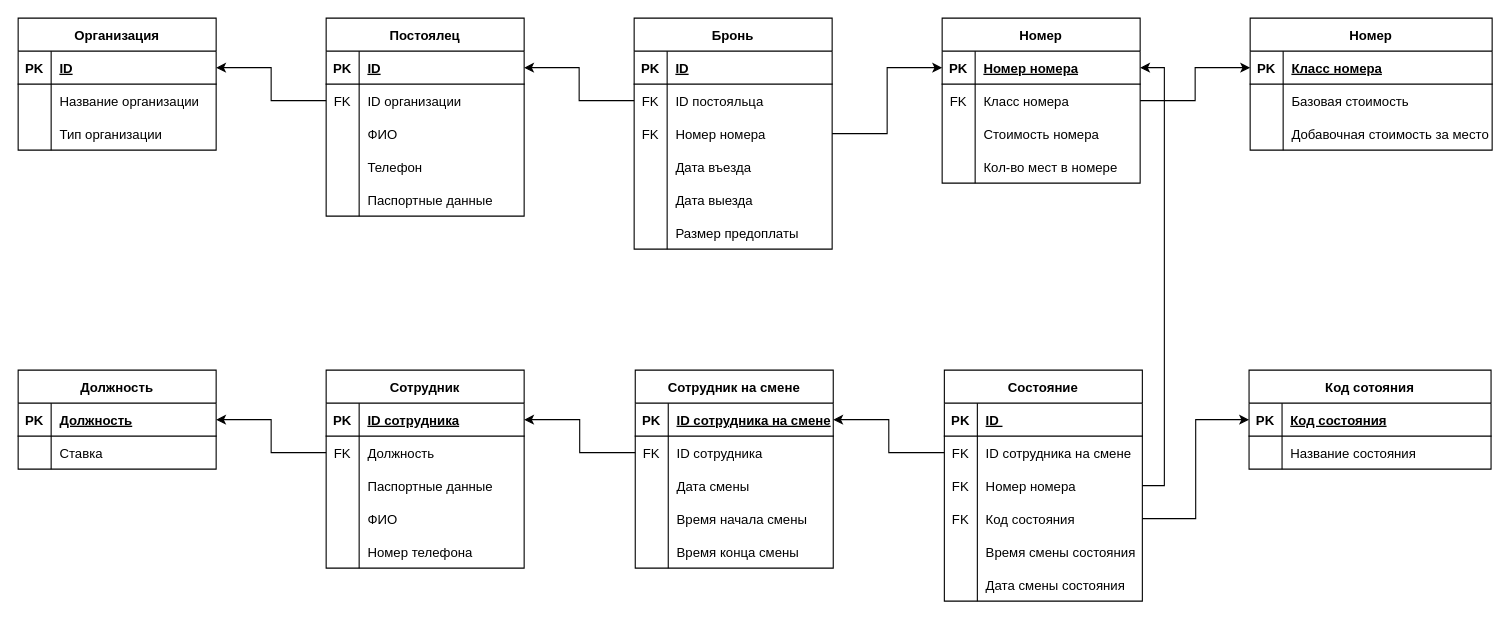
Above: page "Логическая схема бд" (1 of 2) of Kostylev_Hostel.drawio in Haxersociety/DataBase_Hostel (draw.io), before the change. Source tidied: cells renumbered, new cells numbered last; positions are measured from the earlier drawing's top-left corner, leaving out a move shared by most shapes. Both pictures are drawn from the tidied source at 110%, with x=0, y=0 at pixel (18, 18).
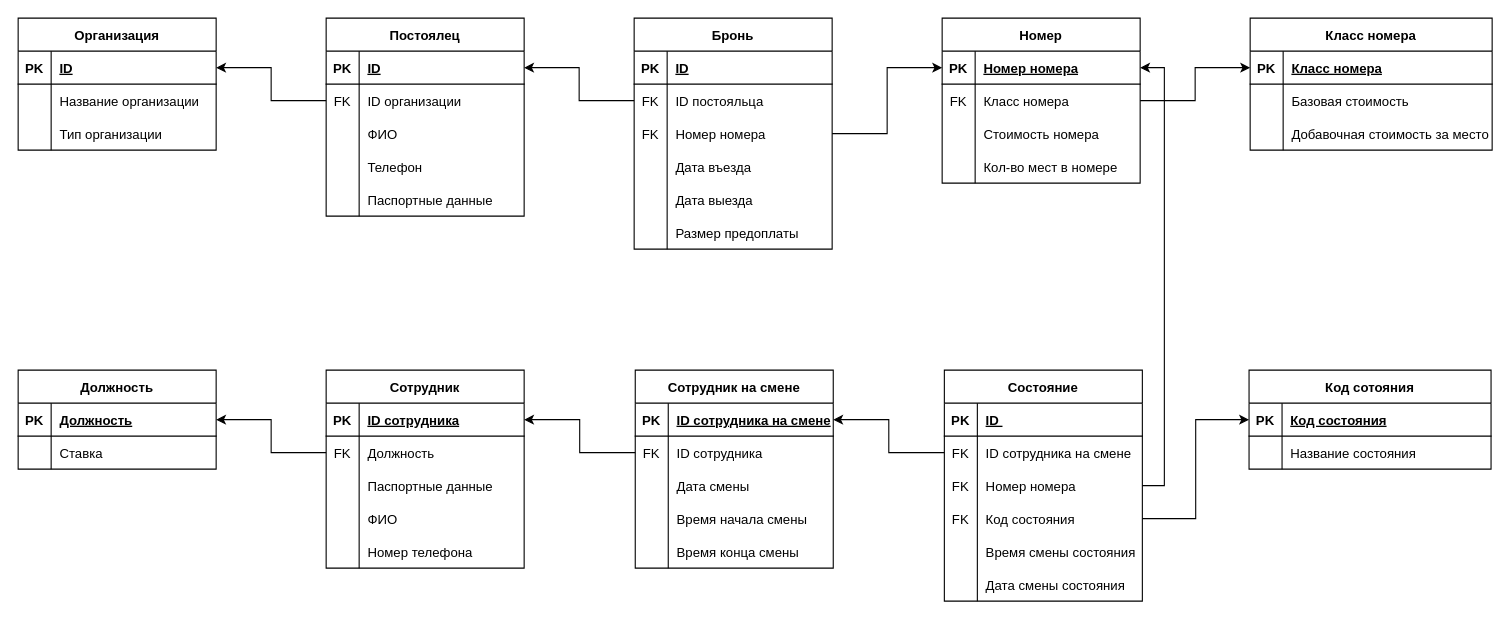
The same diagram, later.

The edit, as a diff of the source:
```diff
@@
-    <mxCell id="117" value="Номер" style="shape=table;startSize=30;childLayout=tableLayout;rowLines=0;fontStyle=1;align=center;" parent="1" vertex="1">
+    <mxCell id="117" value="Класс номера" style="shape=table;startSize=30;childLayout=tableLayout;rowLines=0;fontStyle=1;align=center;" parent="1" vertex="1">
       <mxGeometry x="1120" width="220" height="120" as="geometry" />
     </mxCell>
```
